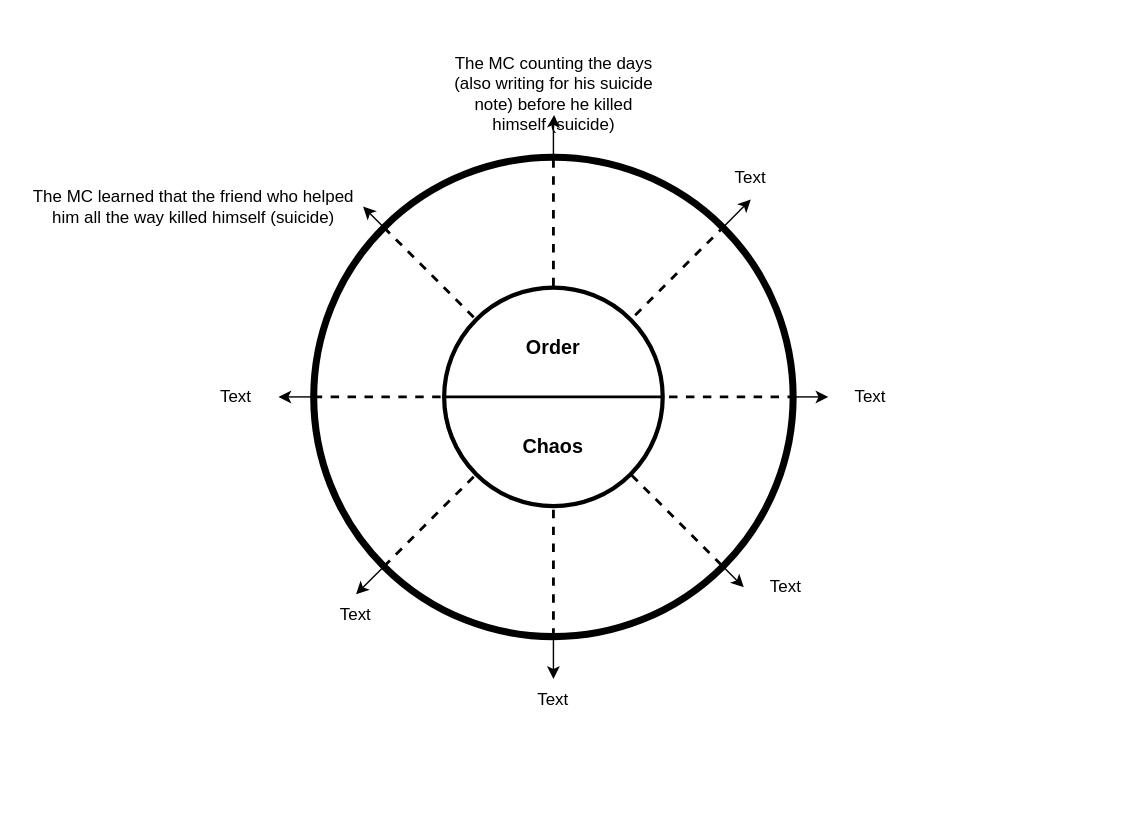
The draw.io diagram story.drawio in owenlim225/Flowcharts, before the edit. Source tidied: cells renumbered, new cells numbered last; positions are measured from the earlier drawing's top-left corner, leaving out a move shared by most shapes. Both pictures are drawn from the tidied source at 141%, with x=0, y=0 at pixel (24, 72).
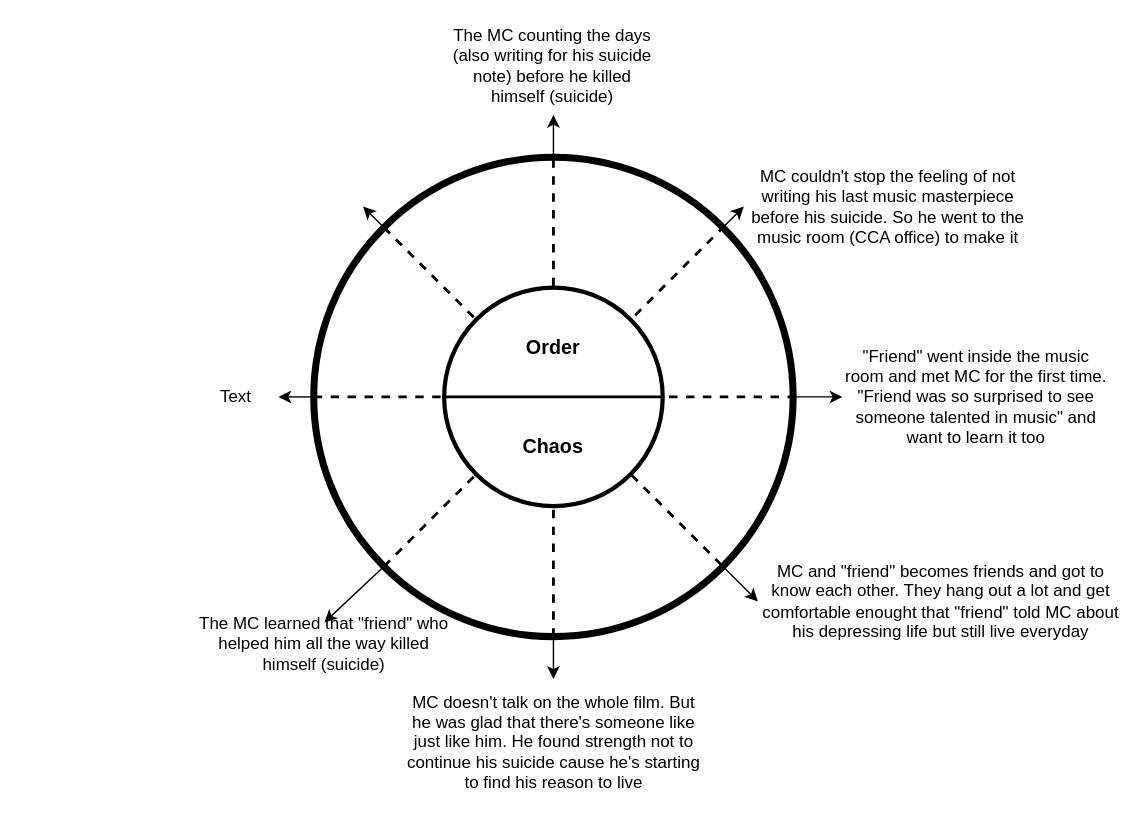
After the change.

Unchanged cells that the change refers to:
```xml
<mxCell id="3" style="ellipse;whiteSpace=wrap;html=1;strokeWidth=5;" parent="1" vertex="1">
  <mxGeometry x="205" y="60" width="340" height="340" as="geometry" />
</mxCell>
```

The edit, as a diff of the source:
```diff
@@
-    <mxCell id="2" style="edgeStyle=orthogonalEdgeStyle;rounded=0;jettySize=auto;html=1;entryX=0.5;entryY=1;entryDx=0;entryDy=0;" parent="1" edge="1" source="3" target="15">
-      <mxGeometry relative="1" as="geometry" />
-    </mxCell>
+    <mxCell id="29" style="edgeStyle=orthogonalEdgeStyle;rounded=0;jettySize=auto;html=1;" parent="1" edge="1" source="3">
+      <mxGeometry relative="1" as="geometry">
+        <mxPoint x="375" y="30" as="targetPoint" />
+      </mxGeometry>
+    </mxCell>
+    <mxCell id="30" style="edgeStyle=orthogonalEdgeStyle;rounded=0;jettySize=auto;html=1;exitX=0.5;exitY=1;exitDx=0;exitDy=0;" parent="1" edge="1" source="3">
+      <mxGeometry relative="1" as="geometry">
+        <mxPoint x="375" y="430" as="targetPoint" />
+      </mxGeometry>
+    </mxCell>
@@
-    <mxCell id="14" value="Text" style="text;html=1;strokeColor=none;fillColor=none;align=center;verticalAlign=middle;whiteSpace=wrap;rounded=0;" parent="1" vertex="1">
-      <mxGeometry x="485" y="60" width="60" height="30" as="geometry" />
+    <mxCell id="14" value="MC couldn't stop the feeling of not writing his last music masterpiece before his suicide. So he went to the music room (CCA office) to make it" style="text;html=1;strokeColor=none;fillColor=none;align=center;verticalAlign=middle;whiteSpace=wrap;rounded=0;" parent="1" vertex="1">
+      <mxGeometry x="510" y="80" width="205" height="30" as="geometry" />
     </mxCell>
     <mxCell id="15" value="The MC counting the days (also writing for his suicide note) before he killed himself (suicide)" style="text;html=1;strokeColor=none;fillColor=none;align=center;verticalAlign=middle;whiteSpace=wrap;rounded=0;" parent="1" vertex="1">
-      <mxGeometry x="298" width="155" height="30" as="geometry" />
+      <mxGeometry x="297" y="-20" width="155" height="30" as="geometry" />
     </mxCell>
-    <mxCell id="16" style="endArrow=classic;html=1;rounded=0;entryX=0.5;entryY=1;entryDx=0;entryDy=0;exitX=1;exitY=0;exitDx=0;exitDy=0;" parent="1" edge="1" source="3" target="14">
-      <mxGeometry relative="1" as="geometry" />
-    </mxCell>
-    <mxCell id="17" value="Text" style="text;html=1;strokeColor=none;fillColor=none;align=center;verticalAlign=middle;whiteSpace=wrap;rounded=0;" parent="1" vertex="1">
-      <mxGeometry x="570" y="215" width="60" height="30" as="geometry" />
+    <mxCell id="17" value="&quot;Friend&quot; went inside the music room and met MC for the first time. &quot;Friend was so surprised to see someone talented in music&quot; and want to learn it too" style="text;html=1;strokeColor=none;fillColor=none;align=center;verticalAlign=middle;whiteSpace=wrap;rounded=0;" parent="1" vertex="1">
+      <mxGeometry x="580" y="215" width="190" height="30" as="geometry" />
     </mxCell>
@@
-    <mxCell id="19" value="Text" style="text;html=1;strokeColor=none;fillColor=none;align=center;verticalAlign=middle;whiteSpace=wrap;rounded=0;" parent="1" vertex="1">
-      <mxGeometry x="510" y="350" width="60" height="30" as="geometry" />
+    <mxCell id="19" value="MC and &quot;friend&quot; becomes friends and got to know each other. They hang out a lot and get comfortable enought that &quot;friend&quot; told MC about his depressing life but still live everyday" style="text;html=1;strokeColor=none;fillColor=none;align=center;verticalAlign=middle;whiteSpace=wrap;rounded=0;" parent="1" vertex="1">
+      <mxGeometry x="520" y="360" width="260" height="30" as="geometry" />
     </mxCell>
@@
-    <mxCell id="21" value="Text" style="text;html=1;strokeColor=none;fillColor=none;align=center;verticalAlign=middle;whiteSpace=wrap;rounded=0;" parent="1" vertex="1">
-      <mxGeometry x="345" y="430" width="60" height="30" as="geometry" />
+    <mxCell id="21" value="MC doesn't talk on the whole film. But he was glad that there's someone like just like him. He found strength not to continue his suicide cause he's starting to find his reason to live&lt;br&gt;" style="text;html=1;strokeColor=none;fillColor=none;align=center;verticalAlign=middle;whiteSpace=wrap;rounded=0;" parent="1" vertex="1">
+      <mxGeometry x="268" y="460" width="215" height="30" as="geometry" />
     </mxCell>
-    <mxCell id="22" style="endArrow=classic;html=1;rounded=0;entryX=0.5;entryY=0;entryDx=0;entryDy=0;exitX=0.5;exitY=1;exitDx=0;exitDy=0;" parent="1" edge="1" source="3" target="21">
-      <mxGeometry relative="1" as="geometry" />
-    </mxCell>
-    <mxCell id="23" value="Text" style="text;html=1;strokeColor=none;fillColor=none;align=center;verticalAlign=middle;whiteSpace=wrap;rounded=0;" parent="1" vertex="1">
-      <mxGeometry x="205" y="370" width="60" height="30" as="geometry" />
+    <mxCell id="23" value="The MC learned that &quot;friend&quot; who helped him all the way killed himself (suicide)" style="text;html=1;strokeColor=none;fillColor=none;align=center;verticalAlign=middle;whiteSpace=wrap;rounded=0;" parent="1" vertex="1">
+      <mxGeometry x="120" y="390" width="185" height="30" as="geometry" />
     </mxCell>
@@
-    <mxCell id="27" value="The MC learned that the friend who helped him all the way killed himself (suicide)" style="text;html=1;strokeColor=none;fillColor=none;align=center;verticalAlign=middle;whiteSpace=wrap;rounded=0;" parent="1" vertex="1">
-      <mxGeometry y="80" width="240" height="30" as="geometry" />
-    </mxCell>
-    <mxCell id="28" style="endArrow=classic;html=1;rounded=0;entryX=1;entryY=0.5;entryDx=0;entryDy=0;exitX=0;exitY=0;exitDx=0;exitDy=0;" parent="1" edge="1" source="3" target="27">
-      <mxGeometry relative="1" as="geometry" />
+    <mxCell id="28" style="endArrow=classic;html=1;rounded=0;entryX=1;entryY=0.5;entryDx=0;entryDy=0;exitX=0;exitY=0;exitDx=0;exitDy=0;" parent="1" edge="1" source="3">
+      <mxGeometry relative="1" as="geometry">
+        <mxPoint x="240" y="95" as="targetPoint" />
+      </mxGeometry>
     </mxCell>
+    <mxCell id="16" style="endArrow=classic;html=1;rounded=0;exitX=1;exitY=0;exitDx=0;exitDy=0;entryX=0;entryY=0.5;entryDx=0;entryDy=0;" parent="1" edge="1" source="3" target="14">
+      <mxGeometry relative="1" as="geometry" />
+    </mxCell>
```
